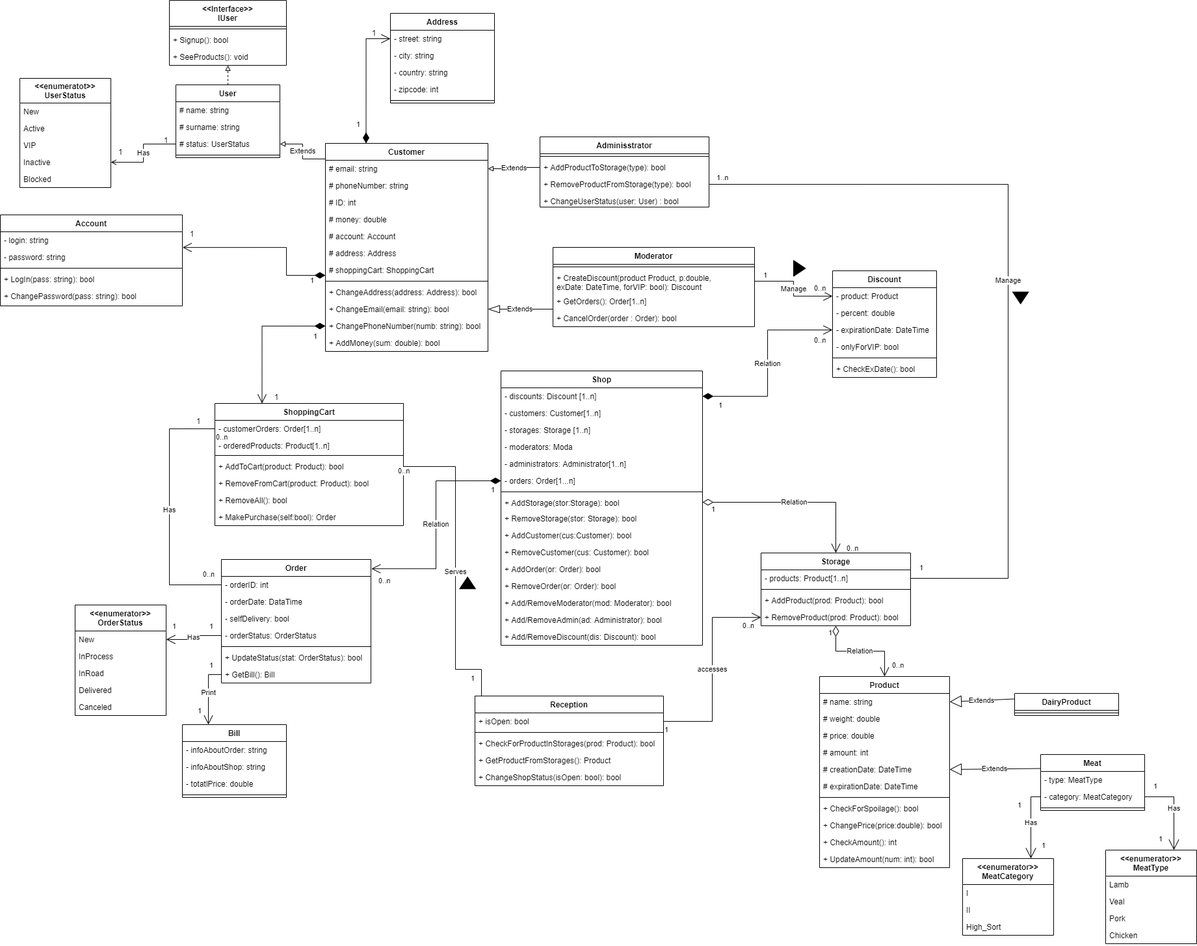
Before: ShopConseptualUML.drawio.png, a diagram exported from draw.io (olh-msk/SigmaTask10). Source tidied: cells renumbered, new cells last; positions are measured from the earlier drawing's top-left corner, leaving out a move shared by most shapes.
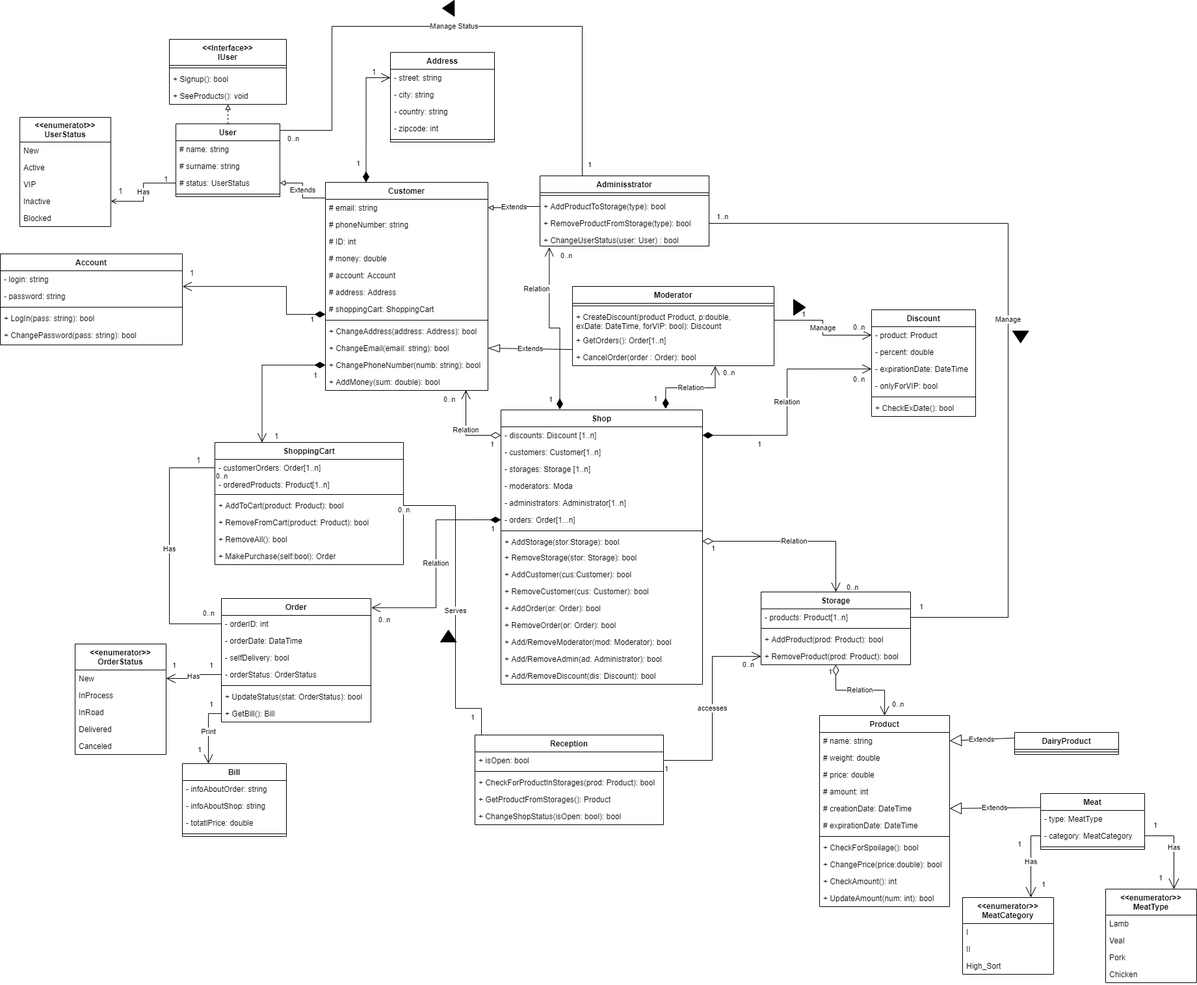
The same diagram one commit later.

The edit, as a diff of the source:
```diff
@@ -200,7 +200,7 @@
       <mxGeometry relative="1" as="geometry" />
     </mxCell>
     <mxCell id="66" value="Moderator" style="swimlane;fontStyle=1;align=center;verticalAlign=top;horizontal=1;startSize=26;" parent="1" vertex="1">
-      <mxGeometry x="850" y="380" width="310" height="122" as="geometry" />
+      <mxGeometry x="880" y="380" width="310" height="122" as="geometry" />
     </mxCell>
     <mxCell id="67" style="line;strokeWidth=1;fillColor=none;align=left;verticalAlign=middle;spacingTop=-1;spacingLeft=3;spacingRight=3;labelPosition=right;" parent="66" vertex="1">
       <mxGeometry y="26" width="310" height="8" as="geometry" />
@@ -360,13 +360,11 @@
     <mxCell id="116" value="+ Add/RemoveDiscount(dis: Discount): bool" style="text;strokeColor=none;fillColor=none;align=left;verticalAlign=top;spacingLeft=4;spacingRight=4;overflow=hidden;" parent="100" vertex="1">
       <mxGeometry y="396" width="310" height="26" as="geometry" />
     </mxCell>
-    <mxCell id="117" value="Extends" style="endArrow=blockThin;endSize=16;endFill=0;html=1;rounded=0;entryX=1;entryY=0.5;entryDx=0;entryDy=0;" parent="1" edge="1" target="46">
-      <mxGeometry relative="1" as="geometry">
-        <mxPoint x="850" y="475" as="sourcePoint" />
-      </mxGeometry>
+    <mxCell id="117" value="Extends" style="endArrow=blockThin;endSize=16;endFill=0;html=1;rounded=0;entryX=1;entryY=0.5;entryDx=0;entryDy=0;exitX=-0.002;exitY=1.041;exitDx=0;exitDy=0;exitPerimeter=0;" parent="1" edge="1" source="69" target="46">
+      <mxGeometry relative="1" as="geometry" />
     </mxCell>
     <mxCell id="118" value="Discount" style="swimlane;fontStyle=1;align=center;verticalAlign=top;horizontal=1;startSize=26;" parent="1" vertex="1">
-      <mxGeometry x="1280" y="416" width="160" height="164" as="geometry" />
+      <mxGeometry x="1340" y="416" width="160" height="164" as="geometry" />
     </mxCell>
     <mxCell id="119" value="- product: Product" style="text;strokeColor=none;fillColor=none;align=left;verticalAlign=top;spacingLeft=4;spacingRight=4;overflow=hidden;points=[[0,0.5],[1,0.5]];portConstraint=eastwest;" parent="118" vertex="1">
       <mxGeometry y="26" width="160" height="26" as="geometry" />
@@ -492,7 +490,7 @@
     </mxCell>
     <mxCell id="156" value="0..n" style="edgeLabel;html=1;align=left;verticalAlign=top;" parent="155" vertex="1">
       <mxGeometry x="-1" relative="1" as="geometry">
-        <mxPoint x="170" y="-99" as="offset" />
+        <mxPoint x="230" y="-99" as="offset" />
       </mxGeometry>
     </mxCell>
     <mxCell id="157" value="1" style="edgeLabel;html=1;align=right;verticalAlign=top;" parent="155" vertex="1">
@@ -596,7 +594,7 @@
       </mxGeometry>
     </mxCell>
     <mxCell id="181" style="triangle;whiteSpace=wrap;html=1;rotation=-90;fillColor=#000000;" parent="1" vertex="1">
-      <mxGeometry x="709.5" y="883.7" width="18.4" height="24.5" as="geometry" />
+      <mxGeometry x="680" y="905.5" width="18.4" height="24.5" as="geometry" />
     </mxCell>
     <mxCell id="182" value="Relation" style="endArrow=open;html=1;endSize=12;startArrow=diamondThin;startSize=14;startFill=0;edgeStyle=orthogonalEdgeStyle;rounded=0;strokeWidth=1;entryX=0.5;entryY=0;entryDx=0;entryDy=0;" parent="1" edge="1" source="6" target="75">
       <mxGeometry relative="1" as="geometry" />
@@ -664,7 +662,7 @@
     </mxCell>
     <mxCell id="197" value="0..n" style="edgeLabel;html=1;align=left;verticalAlign=top;" parent="196" vertex="1">
       <mxGeometry x="-1" relative="1" as="geometry">
-        <mxPoint x="90" y="-2" as="offset" />
+        <mxPoint x="120" y="-2" as="offset" />
       </mxGeometry>
     </mxCell>
     <mxCell id="198" value="1" style="edgeLabel;html=1;align=right;verticalAlign=top;" parent="196" vertex="1">
@@ -672,5 +670,71 @@
         <mxPoint x="-101" y="-45" as="offset" />
       </mxGeometry>
     </mxCell>
+    <mxCell id="199" value="Manage Status" style="endArrow=none;html=1;endSize=12;startArrow=none;startSize=14;startFill=0;edgeStyle=orthogonalEdgeStyle;rounded=0;strokeWidth=1;exitX=0.25;exitY=0;exitDx=0;exitDy=0;entryX=1;entryY=0.089;entryDx=0;entryDy=0;entryPerimeter=0;endFill=0;" parent="1" edge="1" source="11" target="18">
+      <mxGeometry relative="1" as="geometry">
+        <Array as="points">
+          <mxPoint x="895" y="-20" />
+          <mxPoint x="510" y="-20" />
+          <mxPoint x="510" y="140" />
+        </Array>
+      </mxGeometry>
+    </mxCell>
+    <mxCell id="200" value="0..n" style="edgeLabel;html=1;align=left;verticalAlign=top;fillColor=#000000;gradientColor=none;" parent="199" vertex="1">
+      <mxGeometry x="-1" relative="1" as="geometry">
+        <mxPoint x="-455" y="-70" as="offset" />
+      </mxGeometry>
+    </mxCell>
+    <mxCell id="201" value="1" style="edgeLabel;html=1;align=right;verticalAlign=top;fillColor=#000000;gradientColor=none;" parent="199" vertex="1">
+      <mxGeometry x="1" relative="1" as="geometry">
+        <mxPoint x="480" y="40" as="offset" />
+      </mxGeometry>
+    </mxCell>
+    <mxCell id="202" style="triangle;whiteSpace=wrap;html=1;rotation=-180;fillColor=#000000;" parent="1" vertex="1">
+      <mxGeometry x="680" y="-60" width="18.4" height="24.5" as="geometry" />
+    </mxCell>
+    <mxCell id="203" value="Relation" style="endArrow=open;html=1;endSize=12;startArrow=diamondThin;startSize=14;startFill=1;edgeStyle=orthogonalEdgeStyle;rounded=0;strokeWidth=1;entryX=0.708;entryY=1.018;entryDx=0;entryDy=0;entryPerimeter=0;exitX=0.817;exitY=-0.004;exitDx=0;exitDy=0;exitPerimeter=0;" parent="1" edge="1" source="100" target="70">
+      <mxGeometry relative="1" as="geometry" />
+    </mxCell>
+    <mxCell id="204" value="0..n" style="edgeLabel;html=1;align=left;verticalAlign=top;fillColor=#000000;gradientColor=none;" parent="203" vertex="1">
+      <mxGeometry x="-1" relative="1" as="geometry">
+        <mxPoint x="87" y="-68" as="offset" />
+      </mxGeometry>
+    </mxCell>
+    <mxCell id="205" value="1" style="edgeLabel;html=1;align=right;verticalAlign=top;fillColor=#000000;gradientColor=none;" parent="203" vertex="1">
+      <mxGeometry x="1" relative="1" as="geometry">
+        <mxPoint x="-89" y="38" as="offset" />
+      </mxGeometry>
+    </mxCell>
+    <mxCell id="206" value="Relation" style="endArrow=open;html=1;endSize=12;startArrow=diamondThin;startSize=14;startFill=1;edgeStyle=orthogonalEdgeStyle;rounded=0;strokeWidth=1;exitX=0.292;exitY=-0.002;exitDx=0;exitDy=0;exitPerimeter=0;entryX=0.055;entryY=1.086;entryDx=0;entryDy=0;entryPerimeter=0;" parent="1" edge="1" source="100" target="15">
+      <mxGeometry x="0.52" y="19" relative="1" as="geometry">
+        <Array as="points">
+          <mxPoint x="861" y="444" />
+          <mxPoint x="844" y="444" />
+        </Array>
+      </mxGeometry>
+    </mxCell>
+    <mxCell id="207" value="0..n" style="edgeLabel;html=1;align=left;verticalAlign=top;fillColor=#000000;gradientColor=none;" parent="206" vertex="1">
+      <mxGeometry x="-1" relative="1" as="geometry">
+        <mxPoint x="-1" y="-249" as="offset" />
+      </mxGeometry>
+    </mxCell>
+    <mxCell id="208" value="1" style="edgeLabel;html=1;align=right;verticalAlign=top;fillColor=#000000;gradientColor=none;" parent="206" vertex="1">
+      <mxGeometry x="1" relative="1" as="geometry">
+        <mxPoint x="6" y="221" as="offset" />
+      </mxGeometry>
+    </mxCell>
+    <mxCell id="209" value="Relation" style="endArrow=open;html=1;endSize=12;startArrow=diamondThin;startSize=14;startFill=0;edgeStyle=orthogonalEdgeStyle;rounded=0;strokeWidth=1;exitX=0;exitY=0.5;exitDx=0;exitDy=0;entryX=0.864;entryY=0.968;entryDx=0;entryDy=0;entryPerimeter=0;" parent="1" edge="1" source="101" target="48">
+      <mxGeometry relative="1" as="geometry" />
+    </mxCell>
+    <mxCell id="210" value="0..n" style="edgeLabel;html=1;align=left;verticalAlign=top;fillColor=#000000;gradientColor=none;" parent="209" vertex="1">
+      <mxGeometry x="-1" relative="1" as="geometry">
+        <mxPoint x="-90" y="-68" as="offset" />
+      </mxGeometry>
+    </mxCell>
+    <mxCell id="211" value="1" style="edgeLabel;html=1;align=right;verticalAlign=top;fillColor=#000000;gradientColor=none;" parent="209" vertex="1">
+      <mxGeometry x="1" relative="1" as="geometry">
+        <mxPoint x="44" y="71" as="offset" />
+      </mxGeometry>
+    </mxCell>
   </root>
 </mxGraphModel>
```
